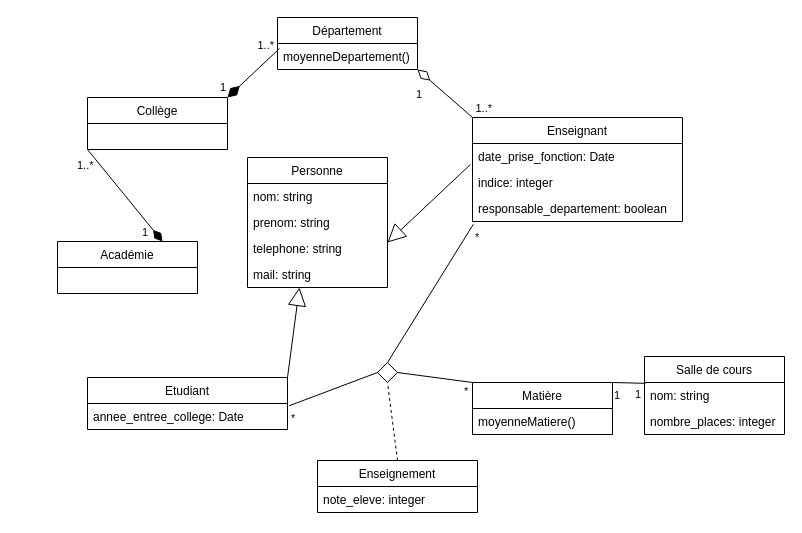
clairenollet/uml-and-rup keeps this draw.io diagram as class-diagram-1.drawio. Above is the earlier version. Source tidied: cells renumbered, new cells numbered last; positions are measured from the earlier drawing's top-left corner, leaving out a move shared by most shapes. Both pictures are drawn from the tidied source at 100%, with x=0, y=0 at pixel (57, 17).
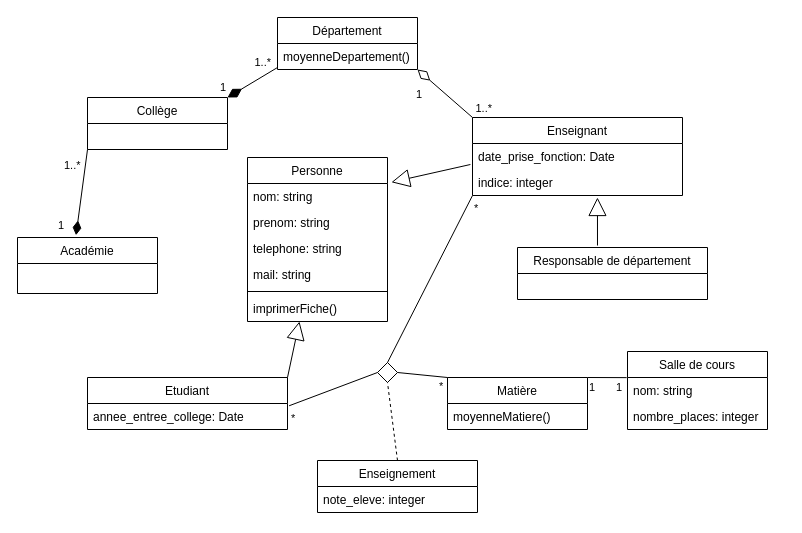
After the change.

Unchanged cells that the change refers to:
```xml
<mxCell id="2" value="Collège" style="swimlane;fontStyle=0;horizontal=1;startSize=26;fillColor=none;" parent="1" vertex="1">
  <mxGeometry x="30" y="80" width="140" height="52" as="geometry" />
</mxCell>
<mxCell id="6" value="date_prise_fonction: Date" style="text;strokeColor=none;fillColor=none;align=left;verticalAlign=top;spacingLeft=4;spacingRight=4;overflow=hidden;points=[[0,0.5],[1,0.5]];portConstraint=eastwest;" parent="5" vertex="1">
  <mxGeometry y="26" width="210" height="26" as="geometry" />
</mxCell>
<mxCell id="7" value="indice: integer" style="text;strokeColor=none;fillColor=none;align=left;verticalAlign=top;spacingLeft=4;spacingRight=4;overflow=hidden;points=[[0,0.5],[1,0.5]];portConstraint=eastwest;" parent="5" vertex="1">
  <mxGeometry y="52" width="210" height="26" as="geometry" />
</mxCell>
<mxCell id="14" value="nom: string" style="text;strokeColor=none;fillColor=none;align=left;verticalAlign=top;spacingLeft=4;spacingRight=4;overflow=hidden;points=[[0,0.5],[1,0.5]];portConstraint=eastwest;" parent="13" vertex="1">
  <mxGeometry y="26" width="140" height="26" as="geometry" />
</mxCell>
<mxCell id="17" value="nom: string" style="text;strokeColor=none;fillColor=none;align=left;verticalAlign=top;spacingLeft=4;spacingRight=4;overflow=hidden;points=[[0,0.5],[1,0.5]];portConstraint=eastwest;" parent="16" vertex="1">
  <mxGeometry y="26" width="140" height="26" as="geometry" />
</mxCell>
<mxCell id="19" value="telephone: string" style="text;strokeColor=none;fillColor=none;align=left;verticalAlign=top;spacingLeft=4;spacingRight=4;overflow=hidden;points=[[0,0.5],[1,0.5]];portConstraint=eastwest;" parent="16" vertex="1">
  <mxGeometry y="78" width="140" height="26" as="geometry" />
</mxCell>
<mxCell id="33" style="rhombus;" parent="1" vertex="1">
  <mxGeometry x="320" y="345" width="20" height="20" as="geometry" />
</mxCell>
```

Diff of the diagram source:
```diff
@@
     <mxCell id="5" value="Enseignant" style="swimlane;fontStyle=0;horizontal=1;startSize=26;fillColor=none;" parent="1" vertex="1">
-      <mxGeometry x="415" y="100" width="210" height="104" as="geometry" />
+      <mxGeometry x="415" y="100" width="210" height="78" as="geometry" />
     </mxCell>
@@
-    <mxCell id="8" value="responsable_departement: boolean" style="text;strokeColor=none;fillColor=none;align=left;verticalAlign=top;spacingLeft=4;spacingRight=4;overflow=hidden;points=[[0,0.5],[1,0.5]];portConstraint=eastwest;" parent="5" vertex="1">
-      <mxGeometry y="78" width="210" height="26" as="geometry" />
-    </mxCell>
@@
     <mxCell id="11" value="Matière" style="swimlane;fontStyle=0;horizontal=1;startSize=26;fillColor=none;" parent="1" vertex="1">
-      <mxGeometry x="415" y="365" width="140" height="52" as="geometry" />
+      <mxGeometry x="390" y="360" width="140" height="52" as="geometry" />
     </mxCell>
@@
     <mxCell id="13" value="Salle de cours" style="swimlane;fontStyle=0;horizontal=1;startSize=26;fillColor=none;" parent="1" vertex="1">
-      <mxGeometry x="587" y="339" width="140" height="78" as="geometry" />
+      <mxGeometry x="570" y="334" width="140" height="78" as="geometry" />
     </mxCell>
@@
     <mxCell id="16" value="Personne" style="swimlane;fontStyle=0;horizontal=1;startSize=26;fillColor=none;" parent="1" vertex="1">
-      <mxGeometry x="190" y="140" width="140" height="130" as="geometry" />
+      <mxGeometry x="190" y="140" width="140" height="164" as="geometry" />
     </mxCell>
@@
+    <mxCell id="46" value="mail: string" style="text;strokeColor=none;fillColor=none;align=left;verticalAlign=top;spacingLeft=4;spacingRight=4;overflow=hidden;" parent="16" vertex="1">
+      <mxGeometry y="104" width="140" height="26" as="geometry" />
+    </mxCell>
+    <mxCell id="47" style="line;strokeWidth=1;fillColor=none;align=left;verticalAlign=middle;spacingTop=-1;spacingLeft=3;spacingRight=3;labelPosition=right;" parent="16" vertex="1">
+      <mxGeometry y="130" width="140" height="8" as="geometry" />
+    </mxCell>
-    <mxCell id="20" value="mail: string" style="text;strokeColor=none;fillColor=none;align=left;verticalAlign=top;spacingLeft=4;spacingRight=4;overflow=hidden;points=[[0,0.5],[1,0.5]];portConstraint=eastwest;" parent="16" vertex="1">
-      <mxGeometry y="104" width="140" height="26" as="geometry" />
+    <mxCell id="20" value="imprimerFiche()" style="text;strokeColor=none;fillColor=none;align=left;verticalAlign=top;spacingLeft=4;spacingRight=4;overflow=hidden;points=[[0,0.5],[1,0.5]];portConstraint=eastwest;" parent="16" vertex="1">
+      <mxGeometry y="138" width="140" height="26" as="geometry" />
     </mxCell>
@@
-    <mxCell id="22" style="endArrow=block;endSize=16;endFill=0;html=1;rounded=0;entryX=1;entryY=0.269;entryDx=0;entryDy=0;entryPerimeter=0;exitX=-0.01;exitY=0.808;exitDx=0;exitDy=0;exitPerimeter=0;" parent="1" edge="1" source="6" target="19">
+    <mxCell id="22" style="endArrow=block;endSize=16;endFill=0;html=1;rounded=0;entryX=1.028;entryY=-0.048;entryDx=0;entryDy=0;entryPerimeter=0;exitX=-0.01;exitY=0.808;exitDx=0;exitDy=0;exitPerimeter=0;" parent="1" edge="1" source="6" target="17">
       <mxGeometry relative="1" as="geometry" />
     </mxCell>
-    <mxCell id="23" style="endArrow=none;html=1;endSize=12;startArrow=diamondThin;startSize=14;startFill=1;rounded=0;exitX=1;exitY=0;exitDx=0;exitDy=0;entryX=0.014;entryY=0.192;entryDx=0;entryDy=0;entryPerimeter=0;endFill=0;" parent="1" edge="1" source="2">
+    <mxCell id="23" style="endArrow=none;html=1;endSize=12;startArrow=diamondThin;startSize=14;startFill=1;rounded=0;exitX=1;exitY=0;exitDx=0;exitDy=0;endFill=0;" parent="1" edge="1" source="2">
       <mxGeometry relative="1" as="geometry">
-        <mxPoint x="222" y="31" as="targetPoint" />
+        <mxPoint x="220" y="50" as="targetPoint" />
       </mxGeometry>
     </mxCell>
@@
     <mxCell id="25" value="1..*" style="edgeLabel;html=1;align=right;verticalAlign=top;" parent="23" vertex="1">
       <mxGeometry x="1" relative="1" as="geometry">
-        <mxPoint x="-5" y="-16" as="offset" />
+        <mxPoint x="-6" y="-18" as="offset" />
       </mxGeometry>
     </mxCell>
     <mxCell id="26" value="Académie" style="swimlane;fontStyle=0;horizontal=1;startSize=26;fillColor=none;" parent="1" vertex="1">
-      <mxGeometry y="224" width="140" height="52" as="geometry" />
+      <mxGeometry x="-40" y="220" width="140" height="56" as="geometry" />
     </mxCell>
-    <mxCell id="27" style="endArrow=diamondThin;html=1;endSize=12;startArrow=none;startSize=14;startFill=0;rounded=0;entryX=0.75;entryY=0;entryDx=0;entryDy=0;endFill=1;exitX=0;exitY=1;exitDx=0;exitDy=0;" parent="1" edge="1" source="2" target="26">
+    <mxCell id="27" style="endArrow=diamondThin;html=1;endSize=12;startArrow=none;startSize=14;startFill=0;rounded=0;entryX=0.418;entryY=-0.041;entryDx=0;entryDy=0;endFill=1;exitX=0;exitY=1;exitDx=0;exitDy=0;entryPerimeter=0;" parent="1" edge="1" source="2" target="26">
       <mxGeometry relative="1" as="geometry" />
     </mxCell>
     <mxCell id="28" value="1..*" style="edgeLabel;html=1;align=left;verticalAlign=top;" parent="27" vertex="1">
       <mxGeometry x="-1" relative="1" as="geometry">
-        <mxPoint x="-12" y="3" as="offset" />
+        <mxPoint x="-25" y="3" as="offset" />
       </mxGeometry>
     </mxCell>
     <mxCell id="29" value="1" style="edgeLabel;html=1;align=right;verticalAlign=top;" parent="27" vertex="1">
       <mxGeometry x="1" relative="1" as="geometry">
-        <mxPoint x="-14" y="-22" as="offset" />
+        <mxPoint x="-12" y="-22" as="offset" />
       </mxGeometry>
     </mxCell>
@@
-    <mxCell id="37" style="endArrow=none;html=1;endSize=12;startArrow=none;startSize=14;startFill=0;rounded=0;strokeWidth=1;exitX=1;exitY=0;exitDx=0;exitDy=0;endFill=0;entryX=0.007;entryY=0.032;entryDx=0;entryDy=0;entryPerimeter=0;" parent="1" edge="1" source="11" target="14">
+    <mxCell id="37" style="endArrow=none;html=1;endSize=12;startArrow=none;startSize=14;startFill=0;rounded=0;strokeWidth=1;exitX=1;exitY=0;exitDx=0;exitDy=0;endFill=0;entryX=-0.006;entryY=0.335;entryDx=0;entryDy=0;entryPerimeter=0;" parent="1" edge="1" source="11" target="13">
       <mxGeometry relative="1" as="geometry" />
     </mxCell>
     <mxCell id="38" value="1" style="edgeLabel;html=1;align=left;verticalAlign=top;" parent="37" vertex="1">
-      <mxGeometry x="-1" relative="1" as="geometry" />
+      <mxGeometry x="-1" relative="1" as="geometry">
+        <mxPoint y="-3" as="offset" />
+      </mxGeometry>
     </mxCell>
     <mxCell id="39" value="1" style="edgeLabel;html=1;align=right;verticalAlign=top;" parent="37" vertex="1">
       <mxGeometry x="1" relative="1" as="geometry">
-        <mxPoint x="-4" y="-2" as="offset" />
+        <mxPoint x="-4" y="-3" as="offset" />
       </mxGeometry>
     </mxCell>
@@
-    <mxCell id="42" style="endArrow=none;html=1;endSize=12;startArrow=none;startSize=14;startFill=0;rounded=0;strokeWidth=1;exitX=0.004;exitY=1.106;exitDx=0;exitDy=0;exitPerimeter=0;entryX=0.5;entryY=0;entryDx=0;entryDy=0;endFill=0;" parent="1" edge="1" source="8" target="33">
+    <mxCell id="42" style="endArrow=none;html=1;endSize=12;startArrow=none;startSize=14;startFill=0;rounded=0;strokeWidth=1;entryX=0.5;entryY=0;entryDx=0;entryDy=0;endFill=0;exitX=0;exitY=1;exitDx=0;exitDy=0;" parent="1" edge="1" source="5" target="33">
       <mxGeometry relative="1" as="geometry" />
     </mxCell>
@@
+    <mxCell id="48" value="Responsable de département" style="swimlane;fontStyle=0;align=center;verticalAlign=top;horizontal=1;startSize=26;" parent="1" vertex="1">
+      <mxGeometry x="460" y="230" width="190" height="52" as="geometry" />
+    </mxCell>
+    <mxCell id="49" style="endArrow=block;endSize=16;endFill=0;html=1;rounded=0;entryX=0.595;entryY=1.077;entryDx=0;entryDy=0;entryPerimeter=0;exitX=0.421;exitY=-0.038;exitDx=0;exitDy=0;exitPerimeter=0;" parent="1" edge="1" source="48" target="7">
+      <mxGeometry relative="1" as="geometry" />
+    </mxCell>
```
